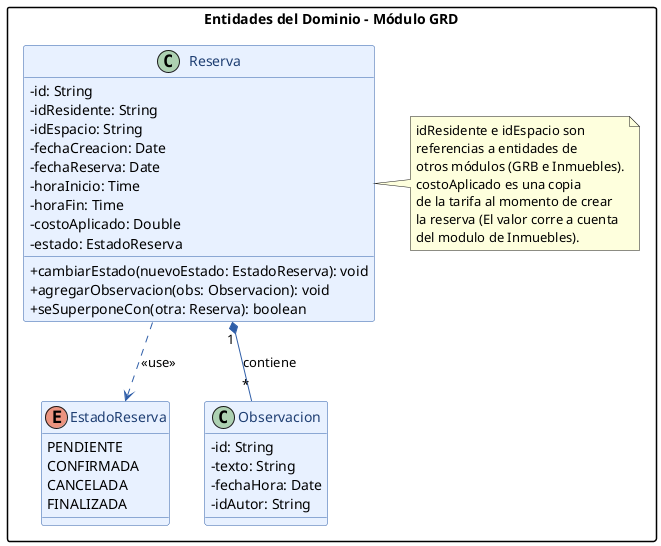
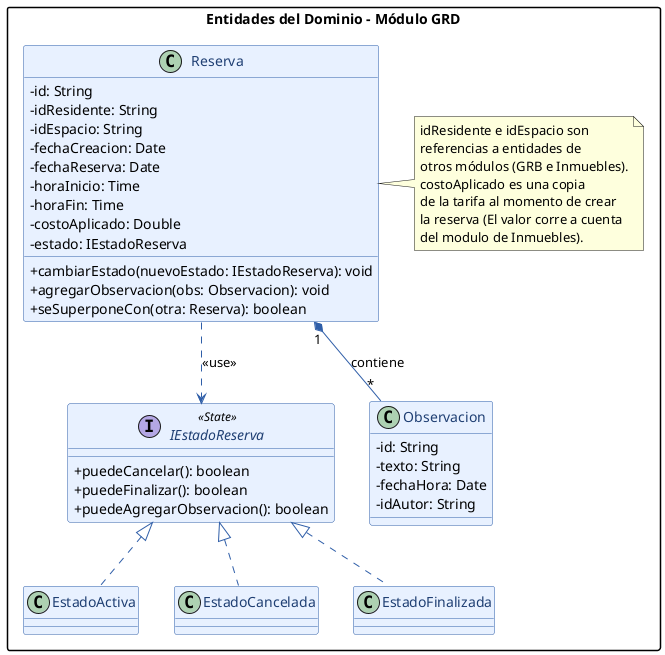
@startuml Diagrama_Dominio_GRD
skinparam classAttributeIconSize 0
skinparam shadowing false
skinparam packageStyle rectangle

skinparam class {
    BackgroundColor #E8F1FF
    BorderColor #2F5EA8
    ArrowColor #2F5EA8
    FontColor #1F3F73
}
skinparam enum {
    BackgroundColor #EEF5FF
    BorderColor #1F3F73
    FontColor #1F3F73
}

package "Entidades del Dominio - Módulo GRD" {

-     enum EstadoReserva {
-         PENDIENTE
-         CONFIRMADA
-         CANCELADA
-         FINALIZADA
+     interface IEstadoReserva <<State>> {
+         + puedeCancelar(): boolean
+         + puedeFinalizar(): boolean
+         + puedeAgregarObservacion(): boolean
    }
+ 
+     class EstadoActiva implements IEstadoReserva
+     class EstadoCancelada implements IEstadoReserva
+     class EstadoFinalizada implements IEstadoReserva

    class Reserva {
        - id: String
        - idResidente: String
        - idEspacio: String
        - fechaCreacion: Date
        - fechaReserva: Date
        - horaInicio: Time
        - horaFin: Time
        - costoAplicado: Double
-         - estado: EstadoReserva
-         + cambiarEstado(nuevoEstado: EstadoReserva): void
+         - estado: IEstadoReserva
+         + cambiarEstado(nuevoEstado: IEstadoReserva): void
        + agregarObservacion(obs: Observacion): void
        + seSuperponeCon(otra: Reserva): boolean
    }

    class Observacion {
        - id: String
        - texto: String
        - fechaHora: Date
        - idAutor: String
    }

    Reserva "1" *-- "*" Observacion : "contiene"
-     Reserva .down.> EstadoReserva : "<<use>>"
+     Reserva .down.> IEstadoReserva : "<<use>>"

    note right of Reserva
      idResidente e idEspacio son
      referencias a entidades de
      otros módulos (GRB e Inmuebles).
      costoAplicado es una copia
      de la tarifa al momento de crear
      la reserva (El valor corre a cuenta
      del modulo de Inmuebles).
    end note
}
@enduml